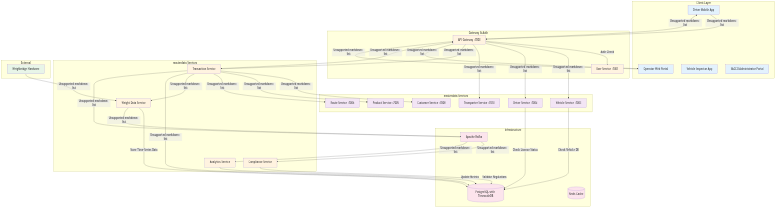
This is docs/c4/assets/complete-weighing-transaction-flow.png from Qalitrack/qalitrackservices, a Mermaid export, as it was before one commit. Its source is kept beside it as docs/c4/complete-weighing-transaction-flow.mmd.
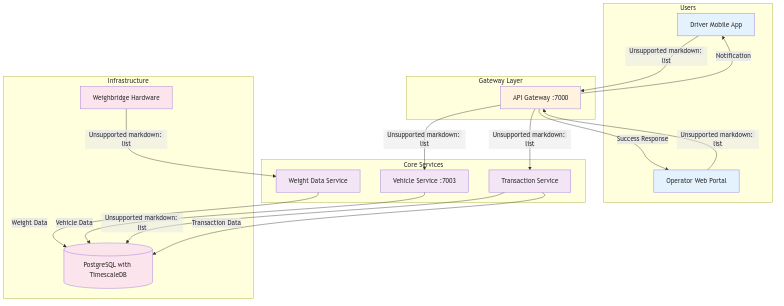
After the change.

Diff of the diagram source:
```diff
@@ -1,82 +1,44 @@
 flowchart TD
-    subgraph "Client Layer"
+    subgraph "Users"
         Driver[Driver Mobile App]
         Operator[Operator Web Portal]
-        Inspector[Vehicle Inspector App]
-        SaccoAdmin[SACCO Administrator Portal]
     end
 
-    subgraph "Gateway & Auth"
+    subgraph "Gateway Layer"
         Gateway[API Gateway :7000]
-        UserSvc[User Service :7001]
     end
 
-    subgraph "masterdata Services"
+    subgraph "Core Services"
         VehicleSvc[Vehicle Service :7003]
-        DriverSvc[Driver Service :7004]
-        CustomerSvc[Customer Service :7008]
-        ProductSvc[Product Service :7005]
-        TransporterSvc[Transporter Service :7010]
-        RouteSvc[Route Service :7006]
-    end
-
-    subgraph "masterdata Services"
         WeightSvc[Weight Data Service]
         TransactionSvc[Transaction Service]
-        ComplianceSvc[Compliance Service]
-        AnalyticsSvc[Analytics Service]
     end
 
     subgraph "Infrastructure"
         PostgreSQL[(PostgreSQL with TimescaleDB)]
-        Kafka[Apache Kafka]
-        Redis[(Redis Cache)]
-    end
-
-    subgraph "External"
         Hardware[Weighbridge Hardware]
     end
 
     Driver -->|1. Vehicle Registration| Gateway
-    Gateway -->|Auth Check| UserSvc
     Gateway -->|2. Validate Vehicle| VehicleSvc
-    VehicleSvc -->|Check Vehicle DB| PostgreSQL
-    Gateway -->|3. Validate Driver| DriverSvc
-    DriverSvc -->|Check License Status| PostgreSQL
-    Gateway -->|4. Check Transport Assignment| TransporterSvc
+    Hardware -->|3. Capture Weight| WeightSvc
+    Operator -->|4. Create Transaction| Gateway
+    Gateway -->|5. Process Transaction| TransactionSvc
+    TransactionSvc -->|6. Store & Notify| PostgreSQL
 
-    Hardware -->|5. Raw Weight Data| WeightSvc
-    WeightSvc -->|Store Time-Series Data| PostgreSQL
-    WeightSvc -->|6. Weight Event| Kafka
+    VehicleSvc -->|Vehicle Data| PostgreSQL
+    WeightSvc -->|Weight Data| PostgreSQL
+    TransactionSvc -->|Transaction Data| PostgreSQL
 
-    Operator -->|7. Create Transaction| Gateway
-    Gateway -->|8. Process Transaction| TransactionSvc
-    TransactionSvc -->|9. Validate Customer| CustomerSvc
-    TransactionSvc -->|10. Validate Product| ProductSvc
-    TransactionSvc -->|11. Get Route Info| RouteSvc
-    TransactionSvc -->|12. Get Weight Data| WeightSvc
-    TransactionSvc -->|13. Store Transaction| PostgreSQL
-    TransactionSvc -->|14. Transaction Event| Kafka
-
-    Kafka -->|15. Compliance Check| ComplianceSvc
-    ComplianceSvc -->|Validate Regulations| PostgreSQL
-    Kafka -->|16. Analytics Processing| AnalyticsSvc
-    AnalyticsSvc -->|Update Metrics| PostgreSQL
-
-    TransactionSvc -->|17. Transaction Complete| Gateway
-    Gateway -->|18. Success Response| Operator
-    Gateway -->|19. Notification| Driver
+    Gateway -->|Success Response| Operator
+    Gateway -->|Notification| Driver
 
     classDef client fill:#e3f2fd
     classDef gateway fill:#fff3e0
-    classDef datamaster fill:#f3e5f5
-    classDef datamanager fill:#fff3e0
+    classDef services fill:#f3e5f5
     classDef infrastructure fill:#fce4ec
-    classDef external fill:#e8f5e8
 
-    class Driver,Operator,Inspector,SaccoAdmin client
-    class Gateway,UserSvc gateway
-    class VehicleSvc,DriverSvc,CustomerSvc,ProductSvc,TransporterSvc,RouteSvc datamaster
-    class WeightSvc,TransactionSvc,ComplianceSvc,AnalyticsSvc datamanager
-    class PostgreSQL,Kafka,Redis infrastructure
-    class Hardware external
+    class Driver,Operator client
+    class Gateway gateway
+    class VehicleSvc,WeightSvc,TransactionSvc services
+    class PostgreSQL,Hardware infrastructure
```
